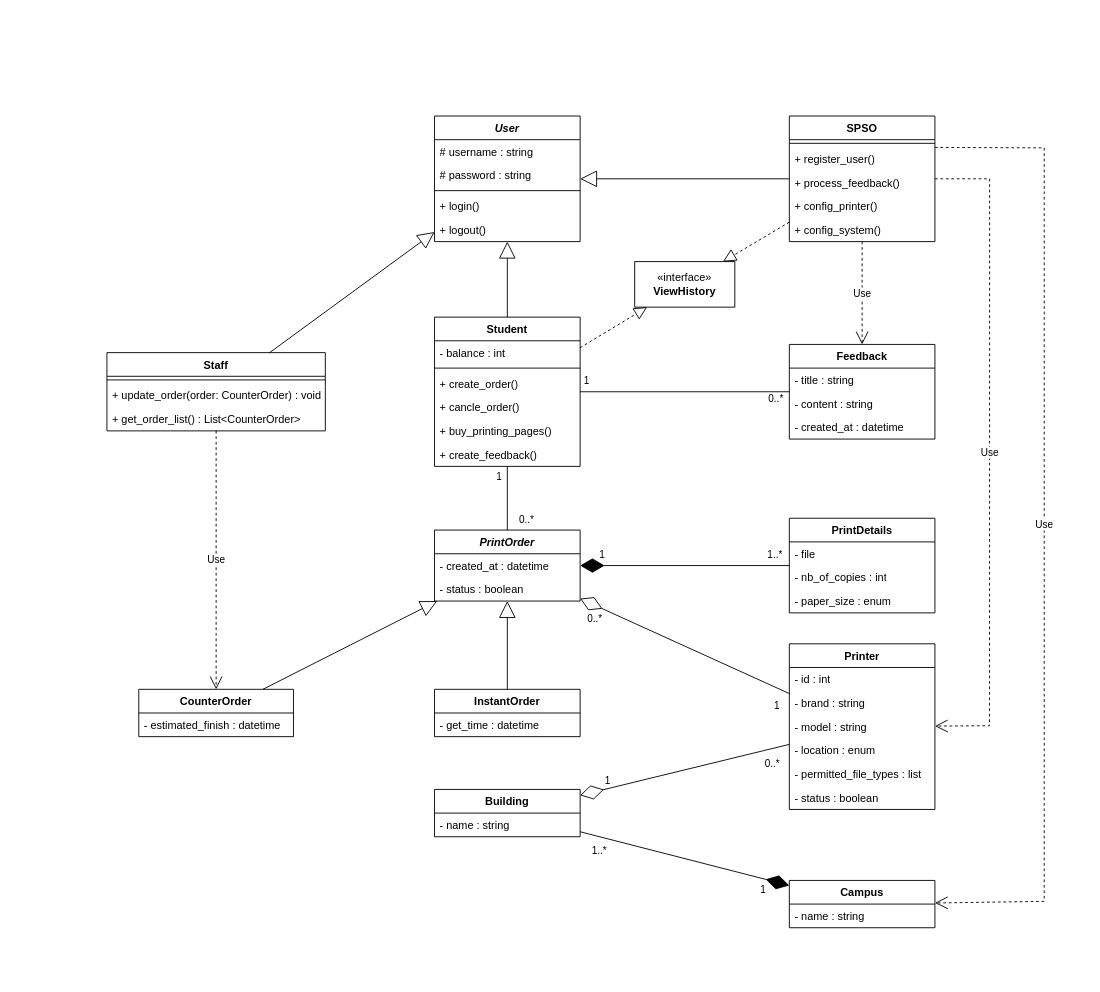
Before: printing-module-class-diagram.drawio in blueonline07/auth-demo, a draw.io diagram. Source tidied: cells renumbered, new cells numbered last; positions are measured from the earlier drawing's top-left corner, leaving out a move shared by most shapes. Both pictures are drawn from the tidied source at 91%, with x=0, y=0 at pixel (106, 116).
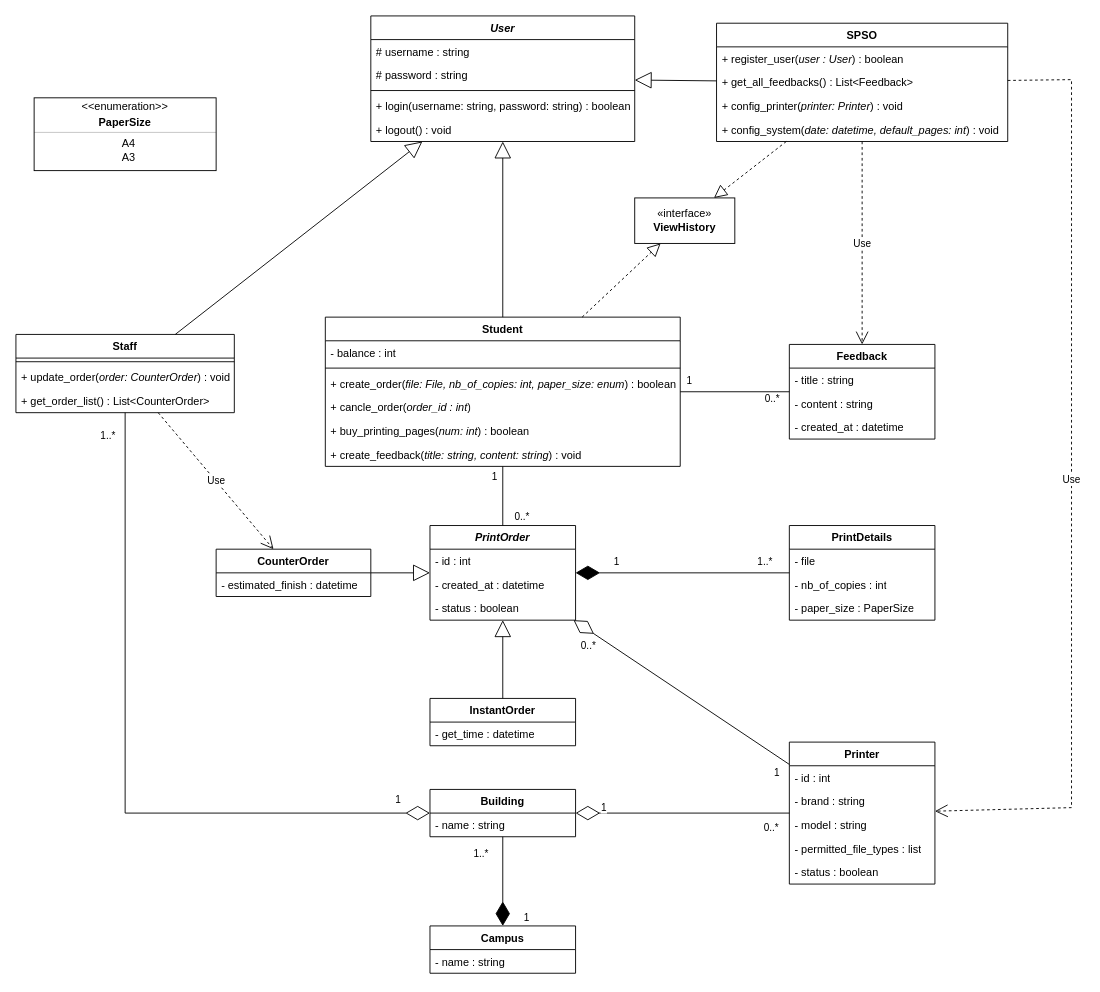
Above is the later version.

The change refers to these unchanged cells:
```xml
<mxCell id="45" style="endArrow=diamondThin;endFill=1;endSize=24;html=1;rounded=0;" parent="1" edge="1" source="33" target="19">
  <mxGeometry relative="1" as="geometry" />
</mxCell>
<mxCell id="62" style="endArrow=none;html=1;rounded=0;" parent="1" edge="1" source="12" target="58">
  <mxGeometry relative="1" as="geometry" />
</mxCell>
<mxCell id="77" style="endArrow=diamondThin;endFill=1;endSize=24;html=1;rounded=0;" parent="1" edge="1" source="70" target="72">
  <mxGeometry relative="1" as="geometry" />
</mxCell>
```

What changed in the source:
```diff
@@
     <mxCell id="2" value="&lt;i&gt;User&lt;/i&gt;" style="swimlane;fontStyle=1;align=center;verticalAlign=top;horizontal=1;startSize=26;whiteSpace=wrap;html=1;" parent="1" vertex="1">
-      <mxGeometry x="360" width="160" height="138" as="geometry" />
+      <mxGeometry x="290" y="-110" width="290" height="138" as="geometry" />
     </mxCell>
     <mxCell id="3" value="# username : string" style="text;strokeColor=none;fillColor=none;align=left;verticalAlign=top;spacingLeft=4;spacingRight=4;overflow=hidden;whiteSpace=wrap;html=1;" parent="2" vertex="1">
-      <mxGeometry y="26" width="160" height="26" as="geometry" />
+      <mxGeometry y="26" width="290" height="26" as="geometry" />
     </mxCell>
     <mxCell id="4" value="# password : string" style="text;strokeColor=none;fillColor=none;align=left;verticalAlign=top;spacingLeft=4;spacingRight=4;overflow=hidden;whiteSpace=wrap;html=1;" parent="2" vertex="1">
-      <mxGeometry y="52" width="160" height="26" as="geometry" />
+      <mxGeometry y="52" width="290" height="26" as="geometry" />
     </mxCell>
     <mxCell id="5" style="line;strokeWidth=1;fillColor=none;align=left;verticalAlign=middle;spacingTop=-1;spacingLeft=3;spacingRight=3;labelPosition=right;strokeColor=inherit;" parent="2" vertex="1">
-      <mxGeometry y="78" width="160" height="8" as="geometry" />
+      <mxGeometry y="78" width="290" height="8" as="geometry" />
     </mxCell>
-    <mxCell id="6" value="+ login()" style="text;strokeColor=none;fillColor=none;align=left;verticalAlign=top;spacingLeft=4;spacingRight=4;overflow=hidden;whiteSpace=wrap;html=1;" parent="2" vertex="1">
-      <mxGeometry y="86" width="160" height="26" as="geometry" />
+    <mxCell id="6" value="+ login(username: string, password: string) : boolean" style="text;strokeColor=none;fillColor=none;align=left;verticalAlign=top;spacingLeft=4;spacingRight=4;overflow=hidden;whiteSpace=wrap;html=1;" parent="2" vertex="1">
+      <mxGeometry y="86" width="290" height="26" as="geometry" />
     </mxCell>
-    <mxCell id="7" value="+ logout()" style="text;strokeColor=none;fillColor=none;align=left;verticalAlign=top;spacingLeft=4;spacingRight=4;overflow=hidden;whiteSpace=wrap;html=1;" parent="2" vertex="1">
-      <mxGeometry y="112" width="160" height="26" as="geometry" />
+    <mxCell id="7" value="+ logout() : void" style="text;strokeColor=none;fillColor=none;align=left;verticalAlign=top;spacingLeft=4;spacingRight=4;overflow=hidden;whiteSpace=wrap;html=1;" parent="2" vertex="1">
+      <mxGeometry y="112" width="290" height="26" as="geometry" />
     </mxCell>
     <mxCell id="8" value="Staff" style="swimlane;fontStyle=1;align=center;verticalAlign=top;horizontal=1;startSize=26;whiteSpace=wrap;html=1;" parent="1" vertex="1">
-      <mxGeometry y="260" width="240" height="86" as="geometry" />
+      <mxGeometry x="-100" y="240" width="240" height="86" as="geometry" />
     </mxCell>
@@
-    <mxCell id="10" value="+ update_order(order: CounterOrder) : void" style="text;strokeColor=none;fillColor=none;align=left;verticalAlign=top;spacingLeft=4;spacingRight=4;overflow=hidden;whiteSpace=wrap;html=1;" parent="8" vertex="1">
+    <mxCell id="10" value="+ update_order(&lt;i&gt;order: CounterOrder&lt;/i&gt;) : void" style="text;strokeColor=none;fillColor=none;align=left;verticalAlign=top;spacingLeft=4;spacingRight=4;overflow=hidden;whiteSpace=wrap;html=1;" parent="8" vertex="1">
       <mxGeometry y="34" width="240" height="26" as="geometry" />
     </mxCell>
@@
     <mxCell id="12" value="Student" style="swimlane;fontStyle=1;align=center;verticalAlign=top;horizontal=1;startSize=26;whiteSpace=wrap;html=1;" parent="1" vertex="1">
-      <mxGeometry x="360" y="221" width="160" height="164" as="geometry" />
+      <mxGeometry x="240" y="221" width="390" height="164" as="geometry" />
     </mxCell>
     <mxCell id="13" value="- balance : int" style="text;strokeColor=none;fillColor=none;align=left;verticalAlign=top;spacingLeft=4;spacingRight=4;overflow=hidden;whiteSpace=wrap;html=1;" parent="12" vertex="1">
-      <mxGeometry y="26" width="160" height="26" as="geometry" />
+      <mxGeometry y="26" width="390" height="26" as="geometry" />
     </mxCell>
     <mxCell id="14" style="line;strokeWidth=1;fillColor=none;align=left;verticalAlign=middle;spacingTop=-1;spacingLeft=3;spacingRight=3;labelPosition=right;strokeColor=inherit;" parent="12" vertex="1">
-      <mxGeometry y="52" width="160" height="8" as="geometry" />
+      <mxGeometry y="52" width="390" height="8" as="geometry" />
     </mxCell>
-    <mxCell id="15" value="+ create_order()" style="text;strokeColor=none;fillColor=none;align=left;verticalAlign=top;spacingLeft=4;spacingRight=4;overflow=hidden;whiteSpace=wrap;html=1;" parent="12" vertex="1">
-      <mxGeometry y="60" width="160" height="26" as="geometry" />
+    <mxCell id="15" value="+ create_order(&lt;i&gt;file: File, nb_of_copies: int, paper_size: enum&lt;/i&gt;) : boolean" style="text;strokeColor=none;fillColor=none;align=left;verticalAlign=top;spacingLeft=4;spacingRight=4;overflow=hidden;whiteSpace=wrap;html=1;" parent="12" vertex="1">
+      <mxGeometry y="60" width="390" height="26" as="geometry" />
     </mxCell>
-    <mxCell id="16" value="+ cancle_order()" style="text;strokeColor=none;fillColor=none;align=left;verticalAlign=top;spacingLeft=4;spacingRight=4;overflow=hidden;whiteSpace=wrap;html=1;" parent="12" vertex="1">
-      <mxGeometry y="86" width="160" height="26" as="geometry" />
+    <mxCell id="16" value="+ cancle_order(&lt;i&gt;order_id : int&lt;/i&gt;)" style="text;strokeColor=none;fillColor=none;align=left;verticalAlign=top;spacingLeft=4;spacingRight=4;overflow=hidden;whiteSpace=wrap;html=1;" parent="12" vertex="1">
+      <mxGeometry y="86" width="390" height="26" as="geometry" />
     </mxCell>
-    <mxCell id="17" value="+ buy_printing_pages()" style="text;strokeColor=none;fillColor=none;align=left;verticalAlign=top;spacingLeft=4;spacingRight=4;overflow=hidden;whiteSpace=wrap;html=1;" parent="12" vertex="1">
-      <mxGeometry y="112" width="160" height="26" as="geometry" />
+    <mxCell id="17" value="+ buy_printing_pages(&lt;i&gt;num: int&lt;/i&gt;) : boolean" style="text;strokeColor=none;fillColor=none;align=left;verticalAlign=top;spacingLeft=4;spacingRight=4;overflow=hidden;whiteSpace=wrap;html=1;" parent="12" vertex="1">
+      <mxGeometry y="112" width="390" height="26" as="geometry" />
     </mxCell>
-    <mxCell id="18" value="+ create_feedback()" style="text;strokeColor=none;fillColor=none;align=left;verticalAlign=top;spacingLeft=4;spacingRight=4;overflow=hidden;whiteSpace=wrap;html=1;" parent="12" vertex="1">
-      <mxGeometry y="138" width="160" height="26" as="geometry" />
+    <mxCell id="18" value="+ create_feedback(&lt;i&gt;title: string, content: string&lt;/i&gt;) : void" style="text;strokeColor=none;fillColor=none;align=left;verticalAlign=top;spacingLeft=4;spacingRight=4;overflow=hidden;whiteSpace=wrap;html=1;" parent="12" vertex="1">
+      <mxGeometry y="138" width="390" height="26" as="geometry" />
     </mxCell>
     <mxCell id="19" value="&lt;i&gt;PrintOrder&lt;/i&gt;" style="swimlane;fontStyle=1;align=center;verticalAlign=top;horizontal=1;startSize=26;whiteSpace=wrap;html=1;" parent="1" vertex="1">
-      <mxGeometry x="360" y="455" width="160" height="78" as="geometry" />
+      <mxGeometry x="355" y="450" width="160" height="104" as="geometry" />
     </mxCell>
+    <mxCell id="81" value="- id : int" style="text;strokeColor=none;fillColor=none;align=left;verticalAlign=top;spacingLeft=4;spacingRight=4;overflow=hidden;whiteSpace=wrap;html=1;" parent="19" vertex="1">
+      <mxGeometry y="26" width="160" height="26" as="geometry" />
+    </mxCell>
     <mxCell id="20" value="- created_at : datetime" style="text;strokeColor=none;fillColor=none;align=left;verticalAlign=top;spacingLeft=4;spacingRight=4;overflow=hidden;whiteSpace=wrap;html=1;" parent="19" vertex="1">
-      <mxGeometry y="26" width="160" height="26" as="geometry" />
+      <mxGeometry y="52" width="160" height="26" as="geometry" />
     </mxCell>
     <mxCell id="21" value="- status : boolean" style="text;strokeColor=none;fillColor=none;align=left;verticalAlign=top;spacingLeft=4;spacingRight=4;overflow=hidden;whiteSpace=wrap;html=1;" parent="19" vertex="1">
-      <mxGeometry y="52" width="160" height="26" as="geometry" />
+      <mxGeometry y="78" width="160" height="26" as="geometry" />
     </mxCell>
     <mxCell id="22" value="CounterOrder" style="swimlane;fontStyle=1;align=center;verticalAlign=top;horizontal=1;startSize=26;whiteSpace=wrap;html=1;" parent="1" vertex="1">
-      <mxGeometry x="35" y="630" width="170" height="52" as="geometry" />
+      <mxGeometry x="120" y="476" width="170" height="52" as="geometry" />
     </mxCell>
@@
     <mxCell id="24" value="InstantOrder" style="swimlane;fontStyle=1;align=center;verticalAlign=top;horizontal=1;startSize=26;whiteSpace=wrap;html=1;" parent="1" vertex="1">
-      <mxGeometry x="360" y="630" width="160" height="52" as="geometry" />
+      <mxGeometry x="355" y="640" width="160" height="52" as="geometry" />
     </mxCell>
@@
     <mxCell id="26" value="Printer" style="swimlane;fontStyle=1;align=center;verticalAlign=top;horizontal=1;startSize=26;whiteSpace=wrap;html=1;" parent="1" vertex="1">
-      <mxGeometry x="749.9" y="580" width="160" height="182" as="geometry" />
+      <mxGeometry x="749.9" y="688" width="160" height="156" as="geometry" />
     </mxCell>
@@
-    <mxCell id="30" value="- location : enum" style="text;strokeColor=none;fillColor=none;align=left;verticalAlign=top;spacingLeft=4;spacingRight=4;overflow=hidden;whiteSpace=wrap;html=1;" parent="26" vertex="1">
-      <mxGeometry y="104" width="160" height="26" as="geometry" />
-    </mxCell>
     <mxCell id="31" value="- permitted_file_types : list" style="text;strokeColor=none;fillColor=none;align=left;verticalAlign=top;spacingLeft=4;spacingRight=4;overflow=hidden;whiteSpace=wrap;html=1;" parent="26" vertex="1">
-      <mxGeometry y="130" width="160" height="26" as="geometry" />
+      <mxGeometry y="104" width="160" height="26" as="geometry" />
     </mxCell>
     <mxCell id="32" value="- status : boolean" style="text;strokeColor=none;fillColor=none;align=left;verticalAlign=top;spacingLeft=4;spacingRight=4;overflow=hidden;whiteSpace=wrap;html=1;" parent="26" vertex="1">
-      <mxGeometry y="156" width="160" height="26" as="geometry" />
+      <mxGeometry y="130" width="160" height="26" as="geometry" />
     </mxCell>
     <mxCell id="33" value="PrintDetails" style="swimlane;fontStyle=1;align=center;verticalAlign=top;horizontal=1;startSize=26;whiteSpace=wrap;html=1;" parent="1" vertex="1">
-      <mxGeometry x="749.9" y="442" width="160" height="104" as="geometry" />
+      <mxGeometry x="749.9" y="450" width="160" height="104" as="geometry" />
     </mxCell>
@@
-    <mxCell id="36" value="- paper_size : enum" style="text;strokeColor=none;fillColor=none;align=left;verticalAlign=top;spacingLeft=4;spacingRight=4;overflow=hidden;whiteSpace=wrap;html=1;" parent="33" vertex="1">
+    <mxCell id="36" value="- paper_size : PaperSize" style="text;strokeColor=none;fillColor=none;align=left;verticalAlign=top;spacingLeft=4;spacingRight=4;overflow=hidden;whiteSpace=wrap;html=1;" parent="33" vertex="1">
       <mxGeometry y="78" width="160" height="26" as="geometry" />
     </mxCell>
@@
     <mxCell id="46" value="1" style="edgeLabel;html=1;align=center;verticalAlign=middle;" parent="45" vertex="1">
       <mxGeometry x="0.73" relative="1" as="geometry">
-        <mxPoint x="-7" y="-13" as="offset" />
+        <mxPoint x="13" y="-13" as="offset" />
       </mxGeometry>
     </mxCell>
     <mxCell id="47" value="1..*" style="edgeLabel;html=1;align=center;verticalAlign=middle;" parent="45" vertex="1">
       <mxGeometry x="-0.86" y="3" relative="1" as="geometry">
-        <mxPoint y="-16" as="offset" />
+        <mxPoint x="-11" y="-16" as="offset" />
       </mxGeometry>
     </mxCell>
-    <mxCell id="48" style="endArrow=none;html=1;edgeStyle=orthogonalEdgeStyle;rounded=0;" parent="1" edge="1" source="12" target="19">
+    <mxCell id="48" style="endArrow=none;html=1;rounded=0;" parent="1" edge="1" source="12" target="19">
       <mxGeometry relative="1" as="geometry" />
     </mxCell>
@@
     <mxCell id="51" value="SPSO" style="swimlane;fontStyle=1;align=center;verticalAlign=top;horizontal=1;startSize=26;whiteSpace=wrap;html=1;" parent="1" vertex="1">
-      <mxGeometry x="749.9" width="160" height="138" as="geometry" />
+      <mxGeometry x="669.9" y="-102" width="320" height="130" as="geometry" />
     </mxCell>
-    <mxCell id="52" style="line;strokeWidth=1;fillColor=none;align=left;verticalAlign=middle;spacingTop=-1;spacingLeft=3;spacingRight=3;labelPosition=right;strokeColor=inherit;" parent="51" vertex="1">
-      <mxGeometry y="26" width="160" height="8" as="geometry" />
-    </mxCell>
-    <mxCell id="53" value="+ register_user()" style="text;strokeColor=none;fillColor=none;align=left;verticalAlign=top;spacingLeft=4;spacingRight=4;overflow=hidden;whiteSpace=wrap;html=1;" parent="51" vertex="1">
-      <mxGeometry y="34" width="160" height="26" as="geometry" />
+    <mxCell id="53" value="+ register_user(&lt;i&gt;user : User&lt;/i&gt;) : boolean" style="text;strokeColor=none;fillColor=none;align=left;verticalAlign=top;spacingLeft=4;spacingRight=4;overflow=hidden;whiteSpace=wrap;html=1;" parent="51" vertex="1">
+      <mxGeometry y="26" width="320" height="26" as="geometry" />
     </mxCell>
-    <mxCell id="54" value="+ process_feedback()" style="text;strokeColor=none;fillColor=none;align=left;verticalAlign=top;spacingLeft=4;spacingRight=4;overflow=hidden;whiteSpace=wrap;html=1;" parent="51" vertex="1">
-      <mxGeometry y="60" width="160" height="26" as="geometry" />
+    <mxCell id="54" value="+ get_all_feedbacks() : List&amp;lt;Feedback&amp;gt;" style="text;strokeColor=none;fillColor=none;align=left;verticalAlign=top;spacingLeft=4;spacingRight=4;overflow=hidden;whiteSpace=wrap;html=1;" parent="51" vertex="1">
+      <mxGeometry y="52" width="320" height="26" as="geometry" />
     </mxCell>
-    <mxCell id="55" value="+ config_printer()" style="text;strokeColor=none;fillColor=none;align=left;verticalAlign=top;spacingLeft=4;spacingRight=4;overflow=hidden;whiteSpace=wrap;html=1;" parent="51" vertex="1">
-      <mxGeometry y="86" width="160" height="26" as="geometry" />
+    <mxCell id="55" value="+ config_printer(&lt;i&gt;printer: Printer&lt;/i&gt;) : void" style="text;strokeColor=none;fillColor=none;align=left;verticalAlign=top;spacingLeft=4;spacingRight=4;overflow=hidden;whiteSpace=wrap;html=1;" parent="51" vertex="1">
+      <mxGeometry y="78" width="320" height="26" as="geometry" />
     </mxCell>
-    <mxCell id="56" value="+ config_system()" style="text;strokeColor=none;fillColor=none;align=left;verticalAlign=top;spacingLeft=4;spacingRight=4;overflow=hidden;whiteSpace=wrap;html=1;" parent="51" vertex="1">
-      <mxGeometry y="112" width="160" height="26" as="geometry" />
+    <mxCell id="56" value="+ config_system(&lt;i&gt;date: datetime, default_pages: int&lt;/i&gt;) : void" style="text;strokeColor=none;fillColor=none;align=left;verticalAlign=top;spacingLeft=4;spacingRight=4;overflow=hidden;whiteSpace=wrap;html=1;" parent="51" vertex="1">
+      <mxGeometry y="104" width="320" height="26" as="geometry" />
     </mxCell>
@@
     <mxCell id="63" value="1" style="edgeLabel;html=1;align=center;verticalAlign=middle;" parent="62" vertex="1">
       <mxGeometry x="-0.86" y="-3" relative="1" as="geometry">
-        <mxPoint x="-10" y="-16" as="offset" />
+        <mxPoint x="1" y="-16" as="offset" />
       </mxGeometry>
     </mxCell>
     <mxCell id="64" value="0..*" style="edgeLabel;html=1;align=center;verticalAlign=middle;" parent="62" vertex="1">
       <mxGeometry x="0.81" y="-1" relative="1" as="geometry">
-        <mxPoint x="6" y="6" as="offset" />
+        <mxPoint x="-9" y="6" as="offset" />
       </mxGeometry>
     </mxCell>
@@
-    <mxCell id="66" value="Use" style="endArrow=open;endSize=12;dashed=1;html=1;rounded=0;" parent="1" edge="1" source="51" target="26">
-      <mxGeometry relative="1" as="geometry">
-        <Array as="points">
-          <mxPoint x="970" y="69" />
-          <mxPoint x="969.9" y="670" />
-        </Array>
-      </mxGeometry>
-    </mxCell>
     <mxCell id="67" value="«interface»&lt;br&gt;&lt;b&gt;ViewHistory&lt;/b&gt;" style="html=1;whiteSpace=wrap;" parent="1" vertex="1">
-      <mxGeometry x="580" y="160" width="110" height="50" as="geometry" />
+      <mxGeometry x="580" y="90" width="110" height="50" as="geometry" />
     </mxCell>
@@
     <mxCell id="70" value="Building" style="swimlane;fontStyle=1;align=center;verticalAlign=top;horizontal=1;startSize=26;whiteSpace=wrap;html=1;" parent="1" vertex="1">
-      <mxGeometry x="360" y="740" width="160" height="52" as="geometry" />
+      <mxGeometry x="355" y="740" width="160" height="52" as="geometry" />
     </mxCell>
@@
     <mxCell id="72" value="Campus" style="swimlane;fontStyle=1;align=center;verticalAlign=top;horizontal=1;startSize=26;whiteSpace=wrap;html=1;" parent="1" vertex="1">
-      <mxGeometry x="749.9" y="840" width="160" height="52" as="geometry" />
+      <mxGeometry x="355" y="890" width="160" height="52" as="geometry" />
     </mxCell>
@@
     <mxCell id="78" value="1" style="edgeLabel;html=1;align=center;verticalAlign=middle;" parent="77" vertex="1">
       <mxGeometry x="0.37" y="-1" relative="1" as="geometry">
-        <mxPoint x="43" y="22" as="offset" />
+        <mxPoint x="26" y="21" as="offset" />
       </mxGeometry>
     </mxCell>
     <mxCell id="79" value="1..*" style="edgeLabel;html=1;align=center;verticalAlign=middle;" parent="77" vertex="1">
       <mxGeometry x="-0.78" y="-1" relative="1" as="geometry">
-        <mxPoint x="-4" y="14" as="offset" />
+        <mxPoint x="-24" y="7" as="offset" />
       </mxGeometry>
     </mxCell>
-    <mxCell id="80" value="Use" style="endArrow=open;endSize=12;dashed=1;html=1;rounded=0;exitX=1;exitY=0.25;exitDx=0;exitDy=0;" parent="1" edge="1" source="51" target="72">
-      <mxGeometry relative="1" as="geometry">
-        <Array as="points">
-          <mxPoint x="1030" y="35" />
-          <mxPoint x="1030" y="863" />
-        </Array>
-      </mxGeometry>
-    </mxCell>
+    <mxCell id="66" value="Use" style="endArrow=open;endSize=12;dashed=1;html=1;rounded=0;" parent="1" edge="1" source="51" target="26">
+      <mxGeometry relative="1" as="geometry">
+        <Array as="points">
+          <mxPoint x="1060" y="-40" />
+          <mxPoint x="1060" y="760" />
+        </Array>
+      </mxGeometry>
+    </mxCell>
+    <mxCell id="82" style="endArrow=diamondThin;endFill=0;endSize=24;html=1;rounded=0;" parent="1" edge="1" source="8" target="70">
+      <mxGeometry relative="1" as="geometry">
+        <Array as="points">
+          <mxPoint x="20" y="766" />
+        </Array>
+      </mxGeometry>
+    </mxCell>
+    <mxCell id="83" value="1" style="edgeLabel;html=1;align=center;verticalAlign=middle;" parent="82" vertex="1">
+      <mxGeometry x="0.77" y="2" relative="1" as="geometry">
+        <mxPoint x="53" y="-14" as="offset" />
+      </mxGeometry>
+    </mxCell>
+    <mxCell id="84" value="1..*" style="edgeLabel;html=1;align=center;verticalAlign=middle;" parent="82" vertex="1">
+      <mxGeometry x="-0.88" y="1" relative="1" as="geometry">
+        <mxPoint x="-21" y="-23" as="offset" />
+      </mxGeometry>
+    </mxCell>
+    <mxCell id="85" style="fontStyle=1;align=center;verticalAlign=middle;horizontal=1;" parent="1" vertex="1">
+      <mxGeometry x="-80" y="-20" width="200" height="80" as="geometry" />
+    </mxCell>
+    <mxCell id="86" value="&amp;lt;&amp;lt;enumeration&amp;gt;&amp;gt;" style="html=1;align=center;spacing=0;verticalAlign=middle;strokeColor=none;fillColor=none;whiteSpace=wrap;" parent="85" vertex="1">
+      <mxGeometry width="200" height="20" as="geometry" />
+    </mxCell>
+    <mxCell id="87" value="PaperSize" style="html=1;align=center;spacing=0;verticalAlign=middle;strokeColor=none;fillColor=none;whiteSpace=wrap;fontStyle=1;" parent="85" vertex="1">
+      <mxGeometry y="20" width="200" height="14" as="geometry" />
+    </mxCell>
+    <mxCell id="88" style="line;strokeWidth=0.25;fillColor=none;align=left;verticalAlign=middle;spacingTop=-1;spacingLeft=3;spacingRight=3;labelPosition=right;" parent="85" vertex="1">
+      <mxGeometry y="34" width="200" height="8" as="geometry" />
+    </mxCell>
+    <mxCell id="89" value="A4" style="html=1;align=center;spacing=0;spacingLeft=8;verticalAlign=middle;strokeColor=none;fillColor=none;whiteSpace=wrap;" parent="85" vertex="1">
+      <mxGeometry y="42" width="200" height="16" as="geometry" />
+    </mxCell>
+    <mxCell id="90" value="A3" style="html=1;align=center;spacing=0;spacingLeft=8;verticalAlign=middle;strokeColor=none;fillColor=none;whiteSpace=wrap;" parent="85" vertex="1">
+      <mxGeometry y="58" width="200" height="16" as="geometry" />
+    </mxCell>
+    <mxCell id="91" style="html=1;align=left;spacing=0;spacingLeft=8;verticalAlign=middle;strokeColor=none;fillColor=none;whiteSpace=wrap;" parent="85" vertex="1">
+      <mxGeometry y="74" width="200" height="6" as="geometry" />
+    </mxCell>
```
